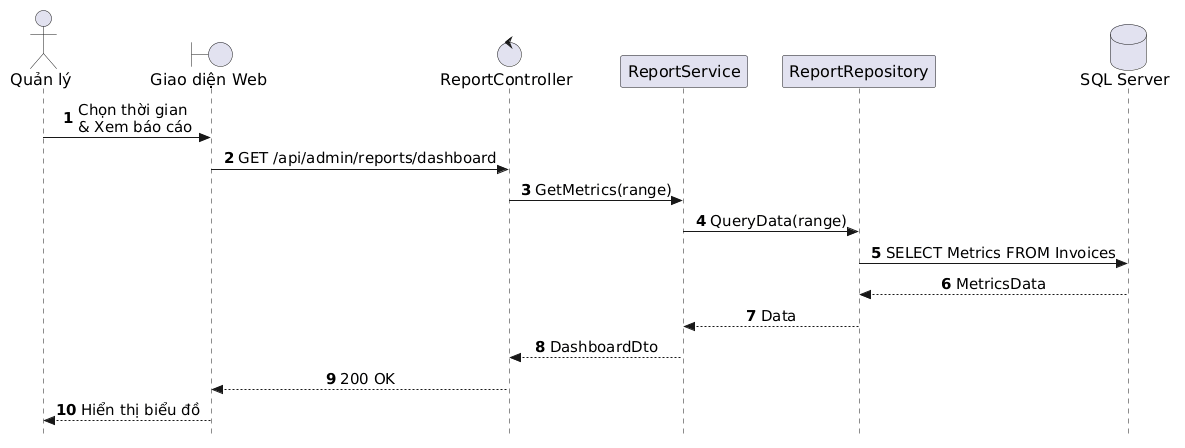
Above: out/docs/puml/sequences/SD_UC_A5_Analytics_Dashboard/SD_UC_A5_Analytics_Dashboard.png in AndrewQng/VinDining (PlantUML), before the change.
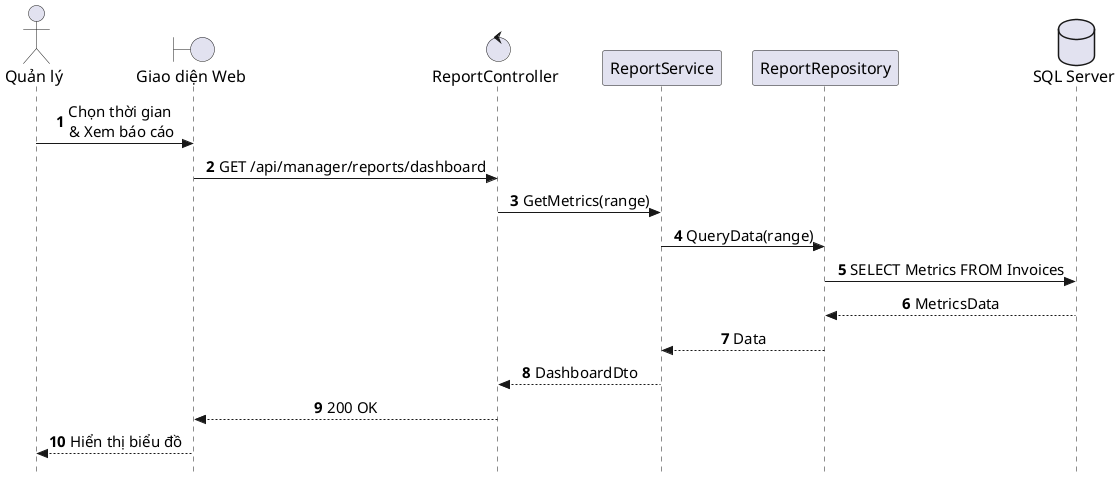
The same file after the commit.

The edit, as a diff of the source:
```diff
@@ -1,4 +1,4 @@
-@startuml
+@startuml SD_UC_A5_Analytics_Dashboard
 autonumber
 skinparam style strictuml
 skinparam sequenceMessageAlign center
@@ -19,7 +19,7 @@
 database "SQL Server" as DB
 
 Manager -> UI: Chọn thời gian \n& Xem báo cáo
-UI -> Controller: GET /api/admin/reports/dashboard
+UI -> Controller: GET /api/manager/reports/dashboard
 Controller -> Service: GetMetrics(range)
 Service -> Repo: QueryData(range)
 Repo -> DB: SELECT Metrics FROM Invoices
```
